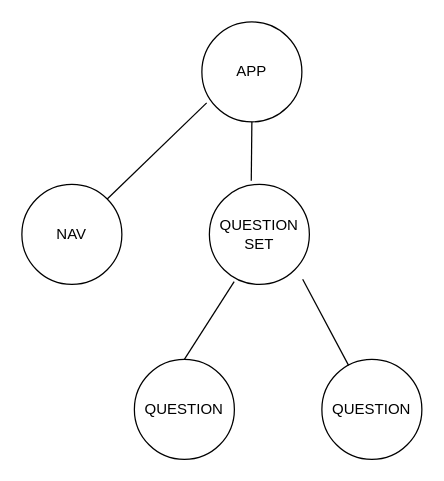
Above: rubber-duck-interviewer/RDI.drawio in Austinkchow/RubberDuckInterviwer (draw.io), before the change. Source tidied: cells renumbered, new cells numbered last; positions are measured from the earlier drawing's top-left corner, leaving out a move shared by most shapes. Both pictures are drawn from the tidied source at 125%, with x=0, y=0 at pixel (21, 21).
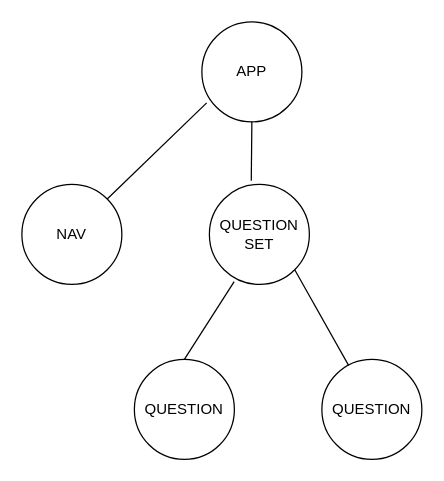
The same page after the edit.

The edit, as a diff of the source:
```diff
@@
 <mxGraphModel>
   <root>
     <mxCell id="0" />
     <mxCell id="1" parent="0" />
     <mxCell id="2" value="APP" style="ellipse;whiteSpace=wrap;html=1;" parent="1" vertex="1">
       <mxGeometry x="144" width="80" height="80" as="geometry" />
     </mxCell>
     <mxCell id="3" value="NAV" style="ellipse;whiteSpace=wrap;html=1;" parent="1" vertex="1">
       <mxGeometry y="130" width="80" height="80" as="geometry" />
     </mxCell>
     <mxCell id="4" value="QUESTION&lt;br&gt;SET" style="ellipse;whiteSpace=wrap;html=1;" parent="1" vertex="1">
       <mxGeometry x="150" y="130" width="80" height="80" as="geometry" />
     </mxCell>
     <mxCell id="5" value="QUESTION" style="ellipse;whiteSpace=wrap;html=1;" parent="1" vertex="1">
       <mxGeometry x="90" y="270" width="80" height="80" as="geometry" />
     </mxCell>
     <mxCell id="6" value="QUESTION&lt;br&gt;" style="ellipse;whiteSpace=wrap;html=1;" parent="1" vertex="1">
       <mxGeometry x="240" y="270" width="80" height="80" as="geometry" />
     </mxCell>
     <mxCell id="7" style="endArrow=none;html=1;entryX=0.048;entryY=0.81;entryDx=0;entryDy=0;entryPerimeter=0;exitX=1;exitY=0;exitDx=0;exitDy=0;" parent="1" edge="1" source="3" target="2">
       <mxGeometry relative="1" as="geometry" />
     </mxCell>
     <mxCell id="8" style="endArrow=none;html=1;entryX=0.248;entryY=0.973;entryDx=0;entryDy=0;entryPerimeter=0;exitX=0.5;exitY=0;exitDx=0;exitDy=0;" parent="1" edge="1" source="5" target="4">
       <mxGeometry relative="1" as="geometry" />
     </mxCell>
     <mxCell id="9" style="endArrow=none;html=1;entryX=0.5;entryY=1;entryDx=0;entryDy=0;exitX=0.419;exitY=-0.037;exitDx=0;exitDy=0;exitPerimeter=0;" parent="1" edge="1" source="4" target="2">
       <mxGeometry relative="1" as="geometry" />
     </mxCell>
-    <mxCell id="10" style="endArrow=none;html=1;entryX=0.933;entryY=0.948;entryDx=0;entryDy=0;entryPerimeter=0;exitX=0.267;exitY=0.06;exitDx=0;exitDy=0;exitPerimeter=0;" parent="1" edge="1" source="6" target="4">
+    <mxCell id="10" style="endArrow=none;html=1;entryX=1;entryY=1;entryDx=0;entryDy=0;exitX=0.267;exitY=0.06;exitDx=0;exitDy=0;exitPerimeter=0;" parent="1" edge="1" source="6" target="4">
       <mxGeometry relative="1" as="geometry" />
     </mxCell>
   </root>
 </mxGraphModel>
```
